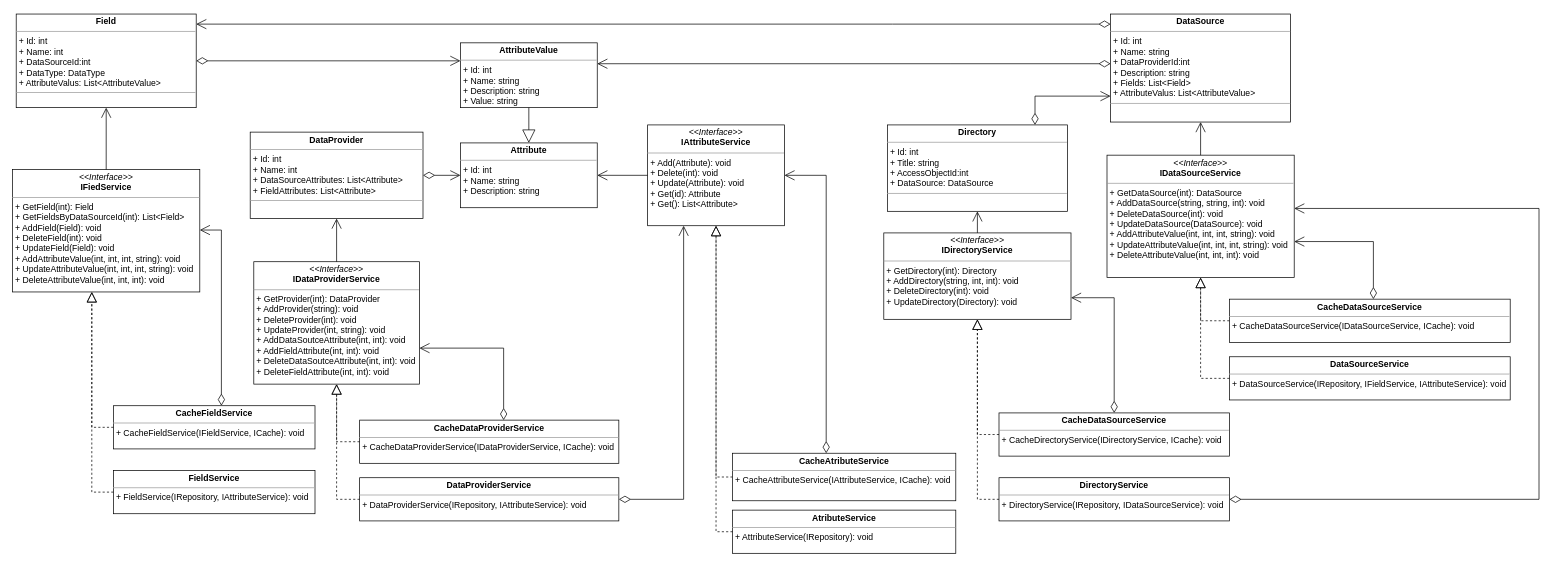
Earlier version of the draw.io diagram page "Directory" (2 of 3) of module_3/UML_Classes.drawio (SheinEA/gb_architect). Source tidied: cells renumbered, new cells numbered last; positions are measured from the earlier drawing's top-left corner, leaving out a move shared by most shapes. Both pictures are drawn from the tidied source at 72%, with x=0, y=0 at pixel (12, 14).
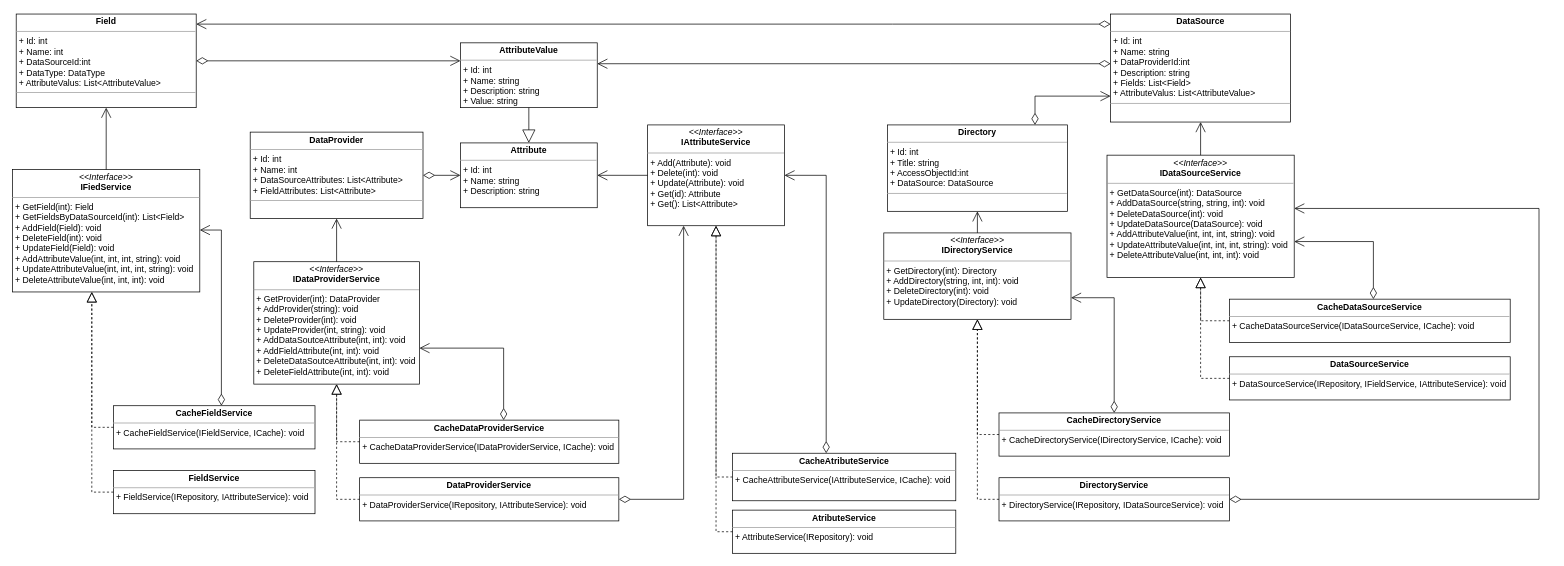
After the change.

The edit, as a diff of the source:
```diff
@@
-    <mxCell id="42" value="&lt;p style=&quot;margin: 0px ; margin-top: 4px ; text-align: center&quot;&gt;&lt;b style=&quot;outline: 0px&quot;&gt;CacheDataSourceService&lt;/b&gt;&lt;br&gt;&lt;/p&gt;&lt;hr size=&quot;1&quot;&gt;&lt;p style=&quot;margin: 0px ; margin-left: 4px&quot;&gt;&lt;/p&gt;&lt;p style=&quot;margin: 0px ; margin-left: 4px&quot;&gt;+ CacheDirectoryService(IDirectoryService, ICache): void&lt;br&gt;&lt;br&gt;&lt;/p&gt;" style="verticalAlign=top;align=left;overflow=fill;fontSize=12;fontFamily=Helvetica;html=1;" parent="1" vertex="1">
+    <mxCell id="42" value="&lt;p style=&quot;margin: 0px ; margin-top: 4px ; text-align: center&quot;&gt;&lt;b style=&quot;outline: 0px&quot;&gt;CacheDirectoryService&lt;/b&gt;&lt;br&gt;&lt;/p&gt;&lt;hr size=&quot;1&quot;&gt;&lt;p style=&quot;margin: 0px ; margin-left: 4px&quot;&gt;&lt;/p&gt;&lt;p style=&quot;margin: 0px ; margin-left: 4px&quot;&gt;+ CacheDirectoryService(IDirectoryService, ICache): void&lt;br&gt;&lt;br&gt;&lt;/p&gt;" style="verticalAlign=top;align=left;overflow=fill;fontSize=12;fontFamily=Helvetica;html=1;" parent="1" vertex="1">
       <mxGeometry x="1370" y="554" width="320" height="60" as="geometry" />
     </mxCell>
```
